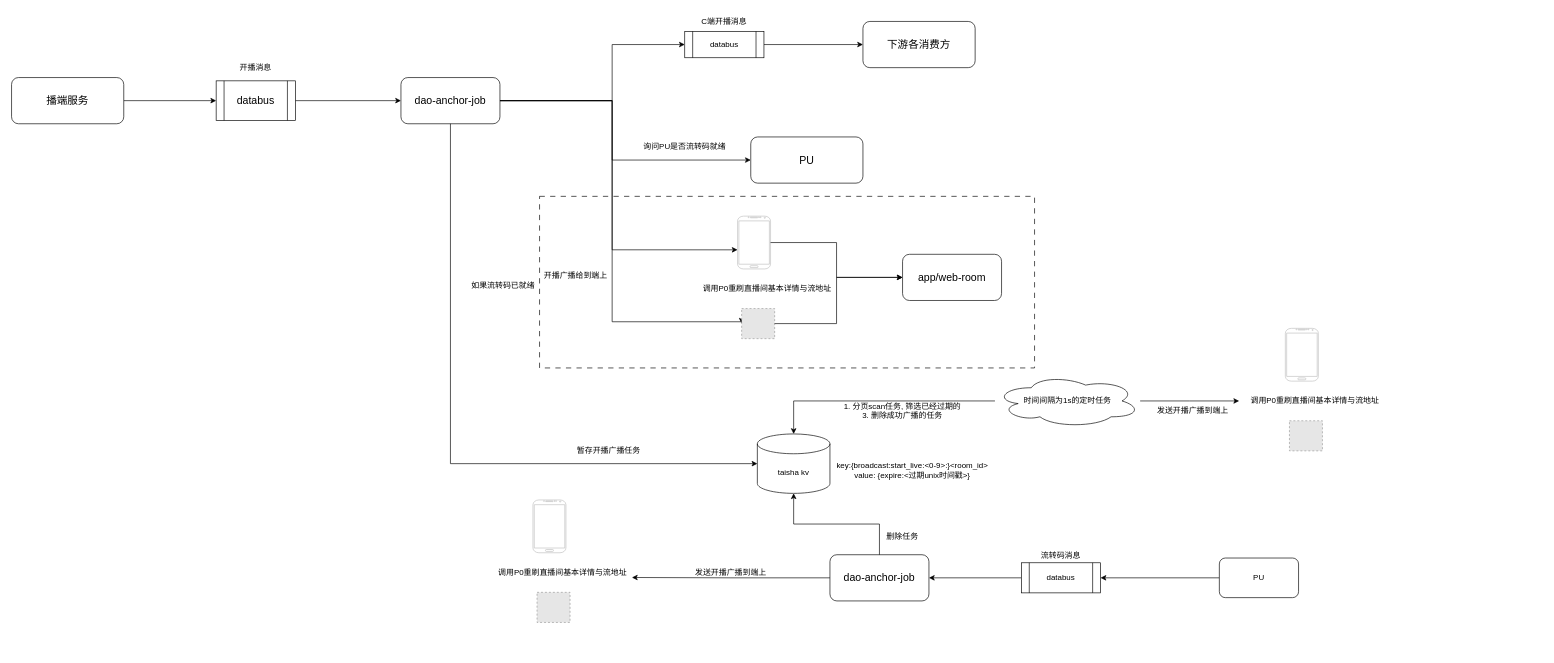
The draw.io diagram 开播广播延迟发送.drawio in smartcharles/tech_draw, before the edit. Source tidied: cells renumbered, new cells numbered last; positions are measured from the earlier drawing's top-left corner, leaving out a move shared by most shapes. Both pictures are drawn from the tidied source at 66%, with x=0, y=0 at pixel (11, 11). Pictures stored in the file or linked from it are replaced by grey dashed boxes.
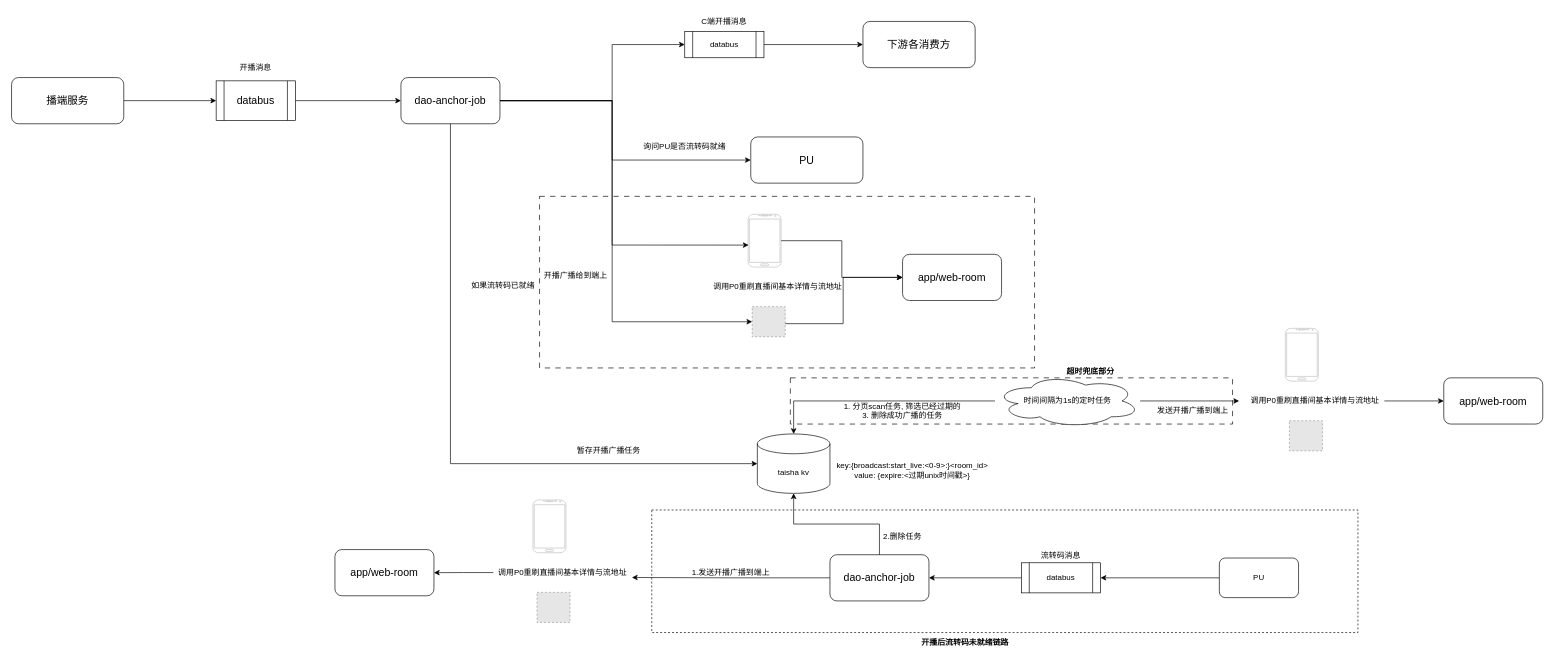
Above is the later version.

Commit message:
更新开播广播延迟发送.drawio

Unchanged cells that the change refers to:
```xml
<mxCell id="8" value="&lt;font style=&quot;font-size: 16px;&quot;&gt;dao-anchor-job&lt;/font&gt;" style="rounded=1;whiteSpace=wrap;html=1;" parent="1" vertex="1">
  <mxGeometry x="590" y="100" width="150" height="70" as="geometry" />
</mxCell>
<mxCell id="19" style="verticalLabelPosition=bottom;verticalAlign=top;html=1;shadow=0;dashed=0;strokeWidth=1;shape=mxgraph.android.phone2;strokeColor=#c0c0c0;" parent="18" vertex="1">
  <mxGeometry width="50" height="80" as="geometry" />
</mxCell>
<mxCell id="20" style="fillColor=#E6E6E6;strokeColor=#999999;dashed=1;verticalLabelPosition=bottom;labelBackgroundColor=default;verticalAlign=top;" parent="18" vertex="1">
  <mxGeometry x="6.2" y="140" width="50" height="45.6" as="geometry" />
</mxCell>
<mxCell id="24" value="&lt;span style=&quot;font-size: 16px;&quot;&gt;app/web-room&lt;/span&gt;" style="rounded=1;whiteSpace=wrap;html=1;" parent="1" vertex="1">
  <mxGeometry x="1350" y="367.8" width="150" height="70" as="geometry" />
</mxCell>
<mxCell id="42" value="调用P0重刷直播间基本详情与流地址" style="text;html=1;whiteSpace=wrap;strokeColor=none;fillColor=none;align=center;verticalAlign=middle;rounded=0;" parent="39" vertex="1">
  <mxGeometry x="-60" y="95" width="210" height="30" as="geometry" />
</mxCell>
<mxCell id="53" value="调用P0重刷直播间基本详情与流地址" style="text;html=1;whiteSpace=wrap;strokeColor=none;fillColor=none;align=center;verticalAlign=middle;rounded=0;" parent="50" vertex="1">
  <mxGeometry x="-60" y="95" width="210" height="30" as="geometry" />
</mxCell>
```

Diff of the diagram source:
```diff
@@
+    <mxCell id="55" style="rounded=0;whiteSpace=wrap;html=1;dashed=1;strokeColor=light-dark(#000000,#FF3333);" parent="1" vertex="1">
+      <mxGeometry x="970" y="755.2" width="1070" height="185.7" as="geometry" />
+    </mxCell>
+    <mxCell id="56" style="rounded=0;whiteSpace=wrap;html=1;dashed=1;dashPattern=8 8;strokeColor=light-dark(#000000,#FF3333);" parent="1" vertex="1">
+      <mxGeometry x="1180" y="555" width="670" height="70" as="geometry" />
+    </mxCell>
@@
     <mxCell id="18" style="group;" parent="1" vertex="1">
-      <mxGeometry x="1100" y="310" width="150" height="185.7" as="geometry" />
+      <mxGeometry x="1116" y="307.2" width="150" height="185.7" as="geometry" />
     </mxCell>
@@
-    <mxCell id="22" style="edgeStyle=orthogonalEdgeStyle;rounded=0;jettySize=auto;html=1;entryX=0;entryY=0.638;entryDx=0;entryDy=0;entryPerimeter=0;" parent="1" edge="1" source="8" target="19">
-      <mxGeometry relative="1" as="geometry">
-        <Array as="points">
-          <mxPoint x="910" y="135" />
-          <mxPoint x="910" y="361" />
-        </Array>
-      </mxGeometry>
-    </mxCell>
@@
     <mxCell id="26" style="edgeStyle=orthogonalEdgeStyle;rounded=0;jettySize=auto;html=1;entryX=0;entryY=0.5;entryDx=0;entryDy=0;" parent="1" edge="1" source="20" target="24">
       <mxGeometry relative="1" as="geometry">
         <Array as="points">
-          <mxPoint x="1250" y="472.9" />
-          <mxPoint x="1250" y="402.8" />
+          <mxPoint x="1260" y="472.9" />
+          <mxPoint x="1260" y="402.8" />
         </Array>
       </mxGeometry>
     </mxCell>
@@
-    <mxCell id="44" value="删除任务" style="text;html=1;whiteSpace=wrap;strokeColor=none;fillColor=none;align=center;verticalAlign=middle;rounded=0;" parent="1" vertex="1">
+    <mxCell id="44" value="2.删除任务" style="text;html=1;whiteSpace=wrap;strokeColor=none;fillColor=none;align=center;verticalAlign=middle;rounded=0;" parent="1" vertex="1">
       <mxGeometry x="1320" y="780" width="60" height="30" as="geometry" />
     </mxCell>
-    <mxCell id="45" value="发送开播广播到端上" style="text;html=1;whiteSpace=wrap;strokeColor=none;fillColor=none;align=center;verticalAlign=middle;rounded=0;" parent="1" vertex="1">
+    <mxCell id="45" value="1.发送开播广播到端上" style="text;html=1;whiteSpace=wrap;strokeColor=none;fillColor=none;align=center;verticalAlign=middle;rounded=0;" parent="1" vertex="1">
       <mxGeometry x="1025" y="835.2" width="130" height="30" as="geometry" />
     </mxCell>
@@
+    <mxCell id="57" value="&lt;span style=&quot;font-size: 16px;&quot;&gt;app/web-room&lt;/span&gt;" style="rounded=1;whiteSpace=wrap;html=1;" parent="1" vertex="1">
+      <mxGeometry x="2170" y="555" width="150" height="70" as="geometry" />
+    </mxCell>
+    <mxCell id="58" style="edgeStyle=orthogonalEdgeStyle;rounded=0;jettySize=auto;html=1;entryX=0;entryY=0.5;entryDx=0;entryDy=0;" parent="1" edge="1" source="53" target="57">
+      <mxGeometry relative="1" as="geometry" />
+    </mxCell>
+    <mxCell id="59" value="&lt;span style=&quot;font-size: 16px;&quot;&gt;app/web-room&lt;/span&gt;" style="rounded=1;whiteSpace=wrap;html=1;" parent="1" vertex="1">
+      <mxGeometry x="490" y="815.2" width="150" height="70" as="geometry" />
+    </mxCell>
+    <mxCell id="60" style="edgeStyle=orthogonalEdgeStyle;rounded=0;jettySize=auto;html=1;entryX=1;entryY=0.5;entryDx=0;entryDy=0;" parent="1" edge="1" source="42" target="59">
+      <mxGeometry relative="1" as="geometry" />
+    </mxCell>
+    <mxCell id="61" value="&lt;span style=&quot;background-color: light-dark(#ffffff, var(--ge-dark-color, #121212)); color: light-dark(rgb(0, 0, 0), rgb(255, 51, 51));&quot;&gt;&lt;b&gt;超时兜底部分&lt;/b&gt;&lt;/span&gt;" style="text;html=1;whiteSpace=wrap;strokeColor=none;fillColor=none;align=center;verticalAlign=middle;rounded=0;" parent="1" vertex="1">
+      <mxGeometry x="1570" y="530" width="130" height="30" as="geometry" />
+    </mxCell>
+    <mxCell id="62" value="&lt;b style=&quot;background-color: light-dark(#ffffff, var(--ge-dark-color, #121212)); color: light-dark(rgb(0, 0, 0), rgb(255, 0, 0));&quot;&gt;开播后流转码未就绪链路&lt;/b&gt;" style="text;html=1;whiteSpace=wrap;strokeColor=none;fillColor=none;align=center;verticalAlign=middle;rounded=0;" parent="1" vertex="1">
+      <mxGeometry x="1360" y="940.8" width="170" height="30" as="geometry" />
+    </mxCell>
+    <mxCell id="22" style="edgeStyle=orthogonalEdgeStyle;rounded=0;jettySize=auto;html=1;entryX=0.015;entryY=0.583;entryDx=0;entryDy=0;entryPerimeter=0;" parent="1" edge="1" source="8" target="19">
+      <mxGeometry relative="1" as="geometry">
+        <Array as="points">
+          <mxPoint x="910" y="135" />
+          <mxPoint x="910" y="353.8" />
+        </Array>
+      </mxGeometry>
+    </mxCell>
```
